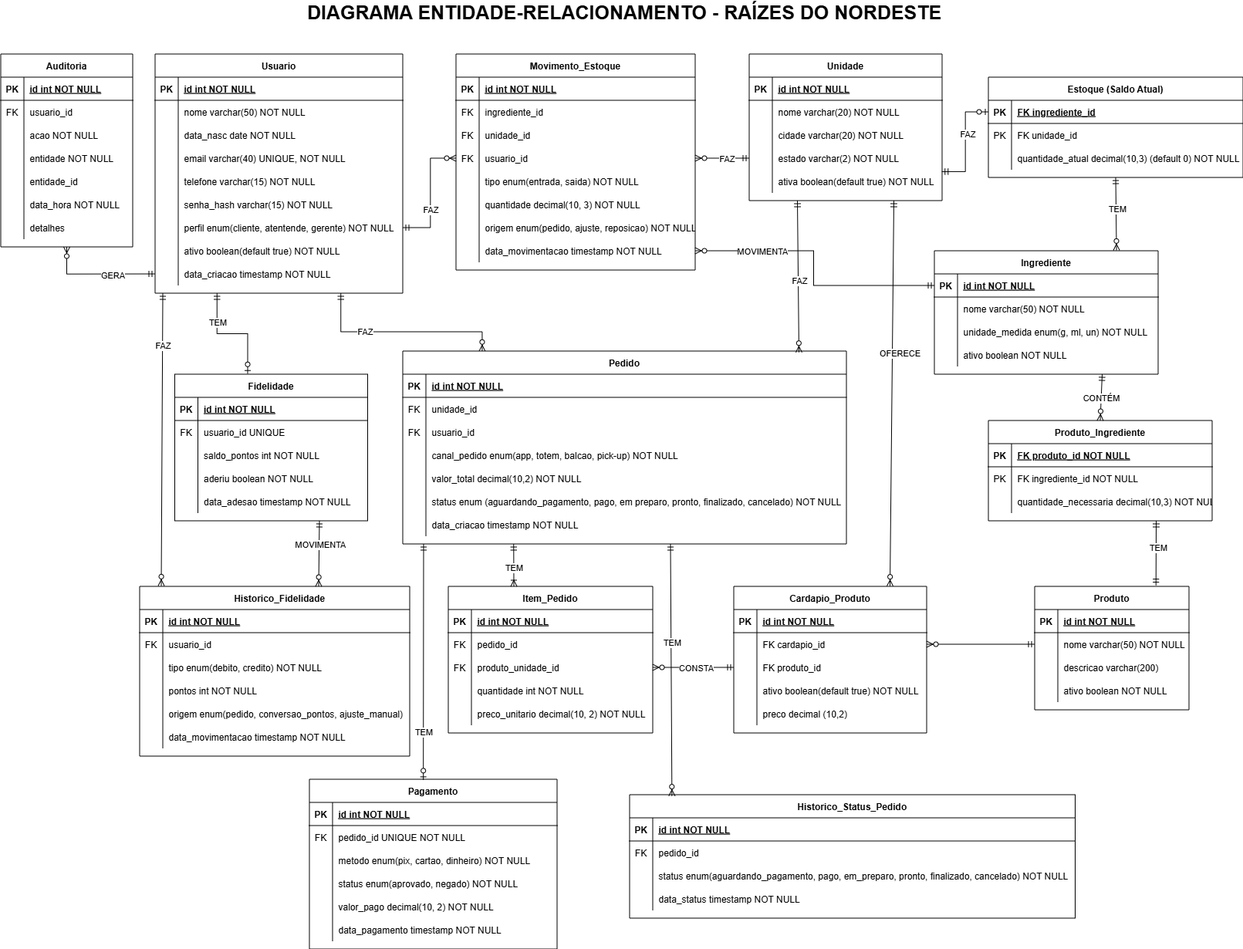
Above: docs/diagramas/Diagrama Entidade-Relacionamento.png in Carlinha1112/RaizesDoNordeste-Backend (draw.io), before the change. Source tidied: cells renumbered, new cells last; positions are measured from the earlier drawing's top-left corner, leaving out a move shared by most shapes.
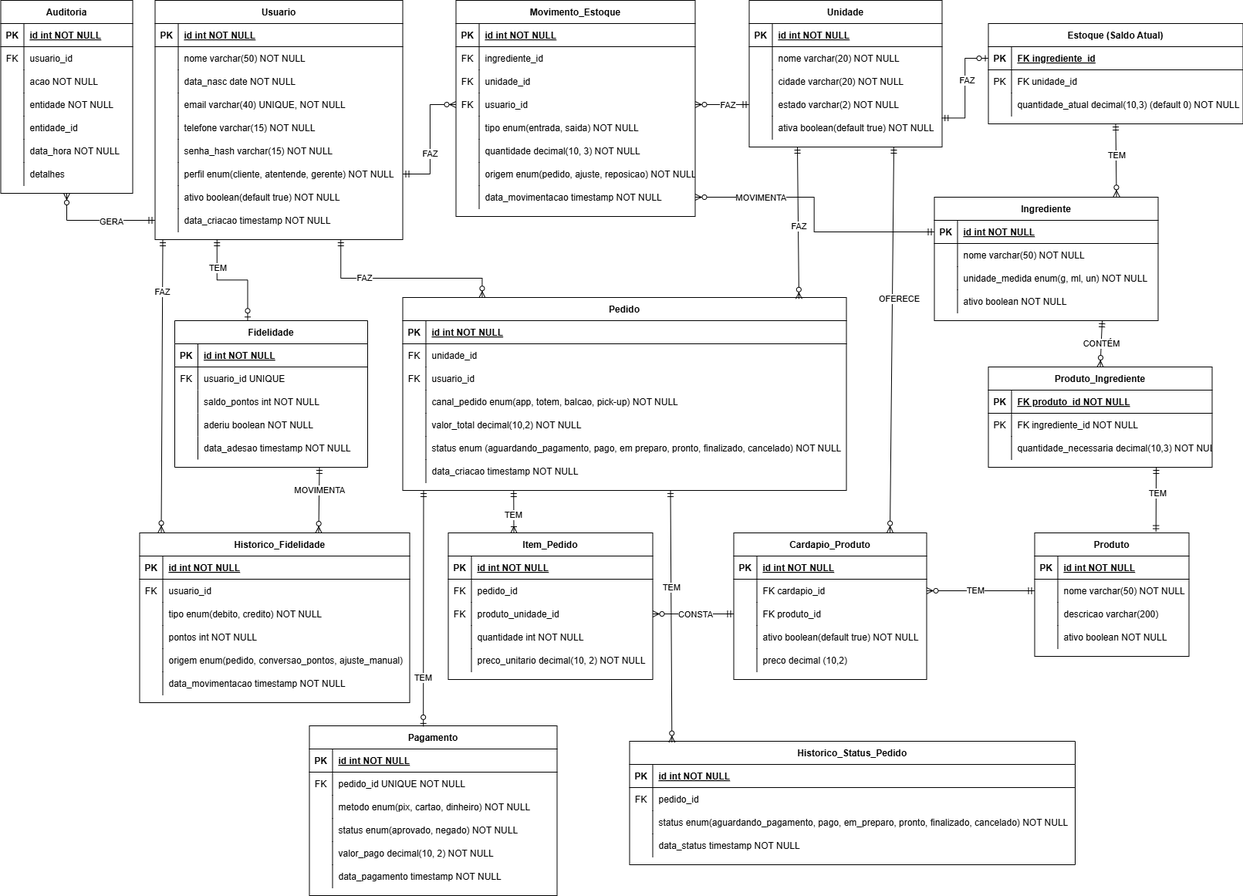
Later version of the same file.

The edit, as a diff of the source:
```diff
@@ -835,6 +835,9 @@
     <mxCell id="272" style="fontSize=12;html=1;endArrow=ERzeroToMany;startArrow=ERmandOne;rounded=0;entryX=1;entryY=0.5;entryDx=0;entryDy=0;exitX=0;exitY=0.5;exitDx=0;exitDy=0;" parent="1" edge="1" source="22" target="86">
       <mxGeometry relative="1" as="geometry" />
     </mxCell>
+    <mxCell id="298" value="TEM" style="edgeLabel;html=1;align=center;verticalAlign=middle;" parent="272" vertex="1">
+      <mxGeometry x="0.12" y="-1" relative="1" as="geometry" />
+    </mxCell>
     <mxCell id="273" value="Auditoria" style="shape=table;startSize=30;rowLines=0;fontStyle=1;align=center;" parent="1" vertex="1">
       <mxGeometry y="70" width="171" height="250" as="geometry" />
     </mxCell>
@@ -907,8 +910,5 @@
     <mxCell id="296" value="GERA" style="edgeLabel;html=1;align=center;verticalAlign=middle;" parent="295" vertex="1">
       <mxGeometry x="-0.22" y="1" relative="1" as="geometry" />
     </mxCell>
-    <mxCell id="297" value="&lt;font style=&quot;font-size: 25px;&quot;&gt;&lt;b&gt;DIAGRAMA ENTIDADE-RELACIONAMENTO - RAÍZES DO NORDESTE&lt;/b&gt;&lt;/font&gt;" style="text;html=1;whiteSpace=wrap;strokeColor=none;fillColor=none;align=center;verticalAlign=middle;rounded=0;" parent="1" vertex="1">
-      <mxGeometry x="283.5" y="0.5" width="1050" height="30" as="geometry" />
-    </mxCell>
   </root>
 </mxGraphModel>
```
